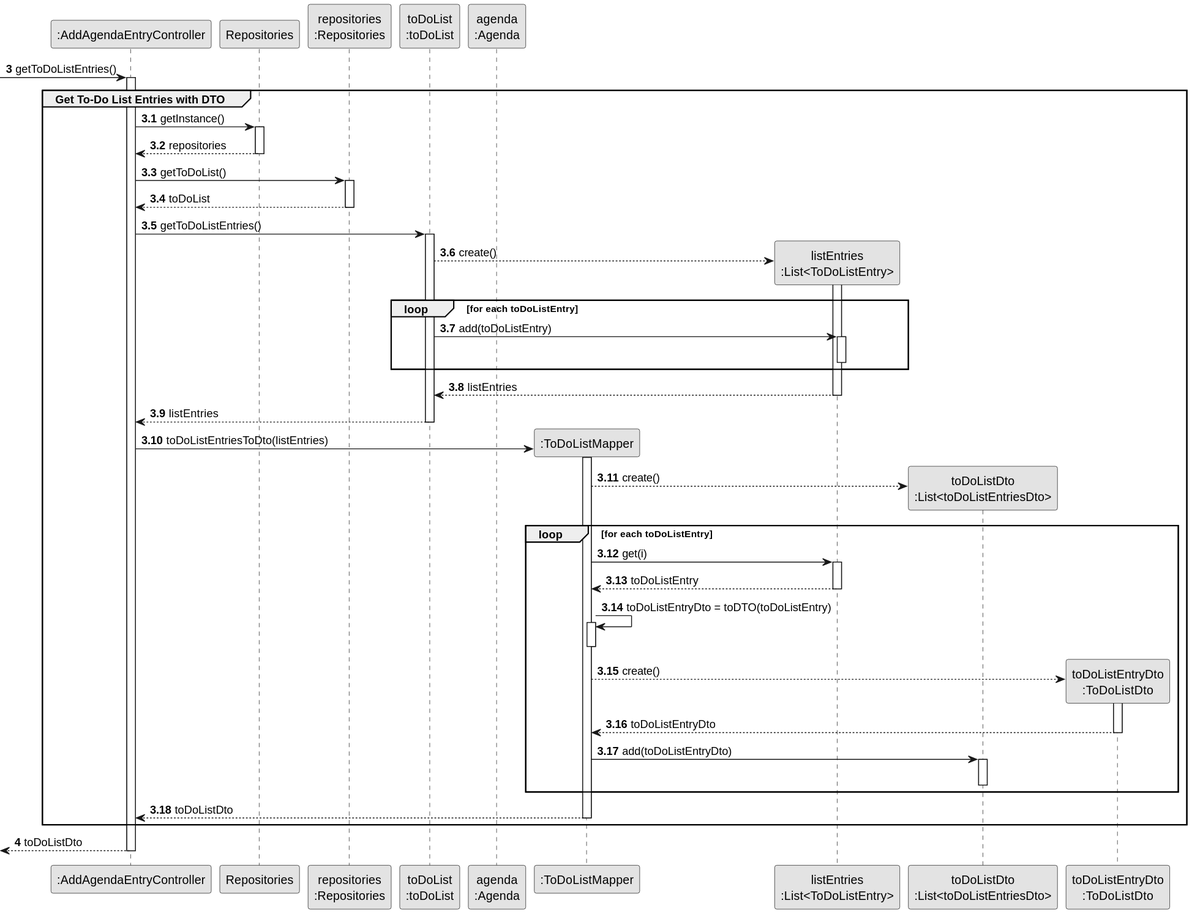
diogoveirospro/lei-24-s2-1dg-g072 keeps this PlantUML diagram as docs/sprintC/us022/03.design/svg/us022-sequence-diagram-partial-get-to-do-list-entries-with-dto.svg. Above is the earlier version.
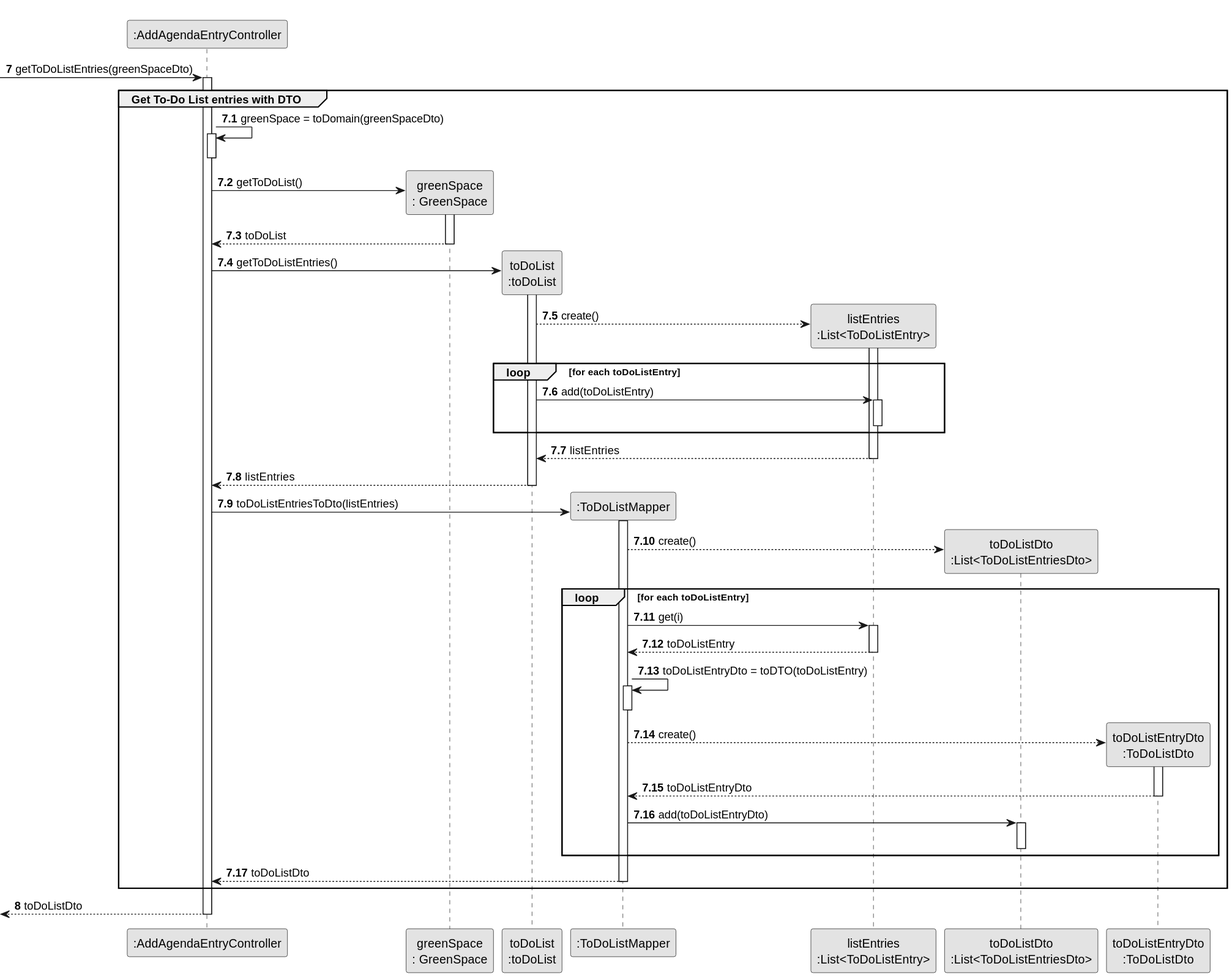
The same diagram one commit later.

What changed in the source:
```diff
@@ -4,34 +4,31 @@
 skinparam shadowing false
 
 participant ":AddAgendaEntryController" as CTRL
-participant Repositories
-participant "repositories\n:Repositories" as REP
+participant "greenSpace\n: GreenSpace" as GREENSPACE
 participant "toDoList\n:toDoList" as TODOLIST
-participant "agenda\n:Agenda" as AGENDA
 participant ":ToDoListMapper" as TODOLISTMAPPER
 participant "listEntries\n:List<ToDoListEntry>" as LISTENTRIES
-participant "toDoListDto\n:List<toDoListEntriesDto>" as TODOLISTDTO
+participant "toDoListDto\n:List<ToDoListEntriesDto>" as TODOLISTDTO
 participant "toDoListEntryDto\n:ToDoListDto" as TODOLISTENTRYDTO
-autonumber 3
--> CTRL: getToDoListEntries()
 
-autonumber 3.1
+autonumber 7
+-> CTRL: getToDoListEntries(greenSpaceDto)
+
+autonumber 7.1
 activate CTRL
-    group Get To-Do List Entries with DTO
+    group Get To-Do List entries with DTO
 
-           CTRL -> Repositories: getInstance()
-           activate Repositories
+           CTRL -> CTRL : greenSpace = toDomain(greenSpaceDto)
+           activate CTRL
+           deactivate CTRL
 
-                Repositories --> CTRL: repositories
-           deactivate Repositories
+           CTRL -> GREENSPACE**: getToDoList()
+           activate GREENSPACE
 
-           CTRL -> REP: getToDoList()
-           activate REP
+                GREENSPACE --> CTRL: toDoList
+           deactivate GREENSPACE
 
-                REP --> CTRL: toDoList
-           deactivate REP
-
-            CTRL -> TODOLIST : getToDoListEntries()
+            CTRL -> TODOLIST** : getToDoListEntries()
             activate TODOLIST
 
                     TODOLIST --> LISTENTRIES** : create()
@@ -83,7 +80,7 @@
 
     end
 
-    autonumber 4
+    autonumber 8
     <-- CTRL : toDoListDto
 deactivate CTRL
 @enduml
```
